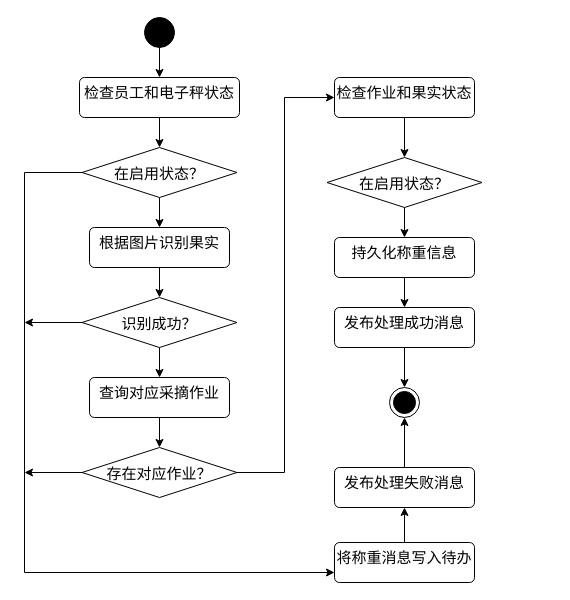
Above: design/远端称重数据处理流程活动图.dio in akynazh/aws (draw.io), before the change. Source tidied: cells renumbered, new cells numbered last; positions are measured from the earlier drawing's top-left corner, leaving out a move shared by most shapes. Both pictures are drawn from the tidied source at 100%, with x=0, y=0 at pixel (24, 17).
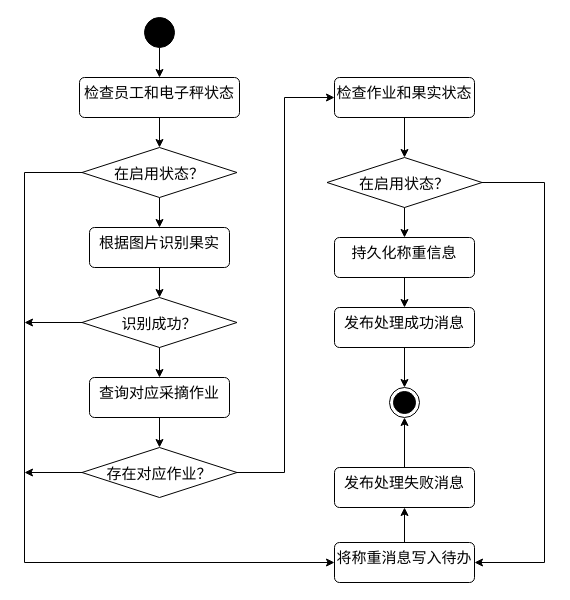
The same page after the edit.

Unchanged cells that the change refers to:
```xml
<mxCell id="17" value="在启用状态？" style="rhombus;fontSize=15;fontFamily=Songti SC;" parent="1" vertex="1">
  <mxGeometry x="302.5" y="140" width="155" height="50" as="geometry" />
</mxCell>
<mxCell id="22" value="在启用状态？" style="rhombus;fontSize=15;fontFamily=Songti SC;" parent="1" vertex="1">
  <mxGeometry x="57.5" y="130" width="155" height="50" as="geometry" />
</mxCell>
<mxCell id="30" value="将称重消息写入待办" style="html=1;align=center;verticalAlign=top;rounded=1;absoluteArcSize=1;arcSize=10;dashed=0;whiteSpace=wrap;fontSize=15;fontFamily=Songti SC;" parent="1" vertex="1">
  <mxGeometry x="310" y="525" width="140" height="40" as="geometry" />
</mxCell>
```

The edit, as a diff of the source:
```diff
@@
+    <mxCell id="32" style="edgeStyle=none;html=1;entryX=1;entryY=0.5;entryDx=0;entryDy=0;exitX=1;exitY=0.5;exitDx=0;exitDy=0;rounded=0;curved=0;" parent="1" edge="1" source="17" target="30">
+      <mxGeometry relative="1" as="geometry">
+        <Array as="points">
+          <mxPoint x="520" y="165" />
+          <mxPoint x="520" y="545" />
+        </Array>
+      </mxGeometry>
+    </mxCell>
@@
-    <mxCell id="21" style="edgeStyle=none;html=1;entryX=0;entryY=0.75;entryDx=0;entryDy=0;exitX=0;exitY=0.5;exitDx=0;exitDy=0;rounded=0;curved=0;fontSize=15;fontFamily=Songti SC;" parent="1" edge="1" source="22" target="30">
+    <mxCell id="21" style="edgeStyle=none;html=1;entryX=0;entryY=0.5;entryDx=0;entryDy=0;exitX=0;exitY=0.5;exitDx=0;exitDy=0;rounded=0;curved=0;fontSize=15;fontFamily=Songti SC;" parent="1" edge="1" source="22" target="30">
       <mxGeometry relative="1" as="geometry">
         <Array as="points">
           <mxPoint y="155" />
-          <mxPoint y="555" />
+          <mxPoint y="545" />
         </Array>
       </mxGeometry>
     </mxCell>
```
